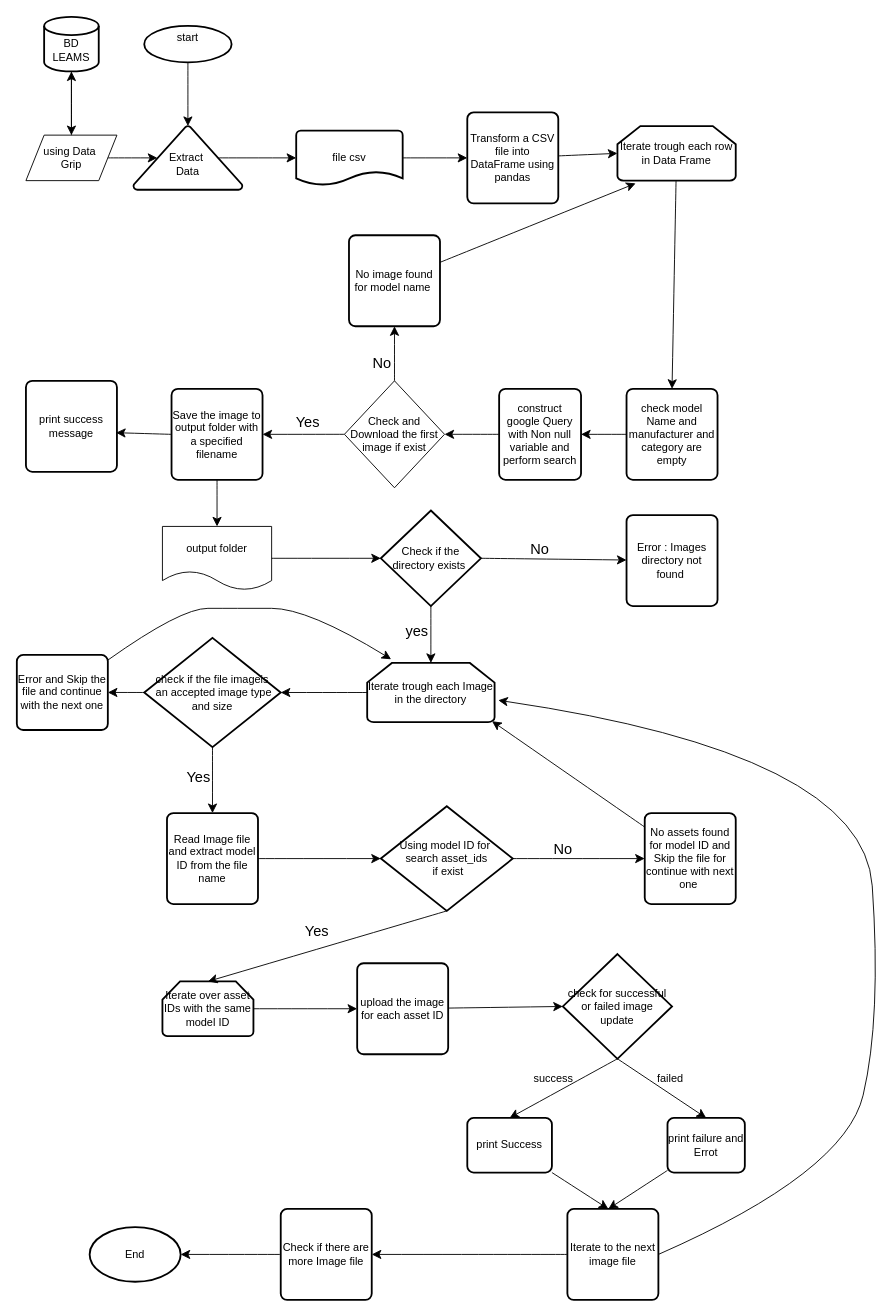
Before: Diagramme sans nom.drawio in Ouazraouimeryem/draw.io, a draw.io diagram. Source tidied: cells renumbered, new cells numbered last; positions are measured from the earlier drawing's top-left corner, leaving out a move shared by most shapes. Both pictures are drawn from the tidied source at 91%, with x=0, y=0 at pixel (16, 16).
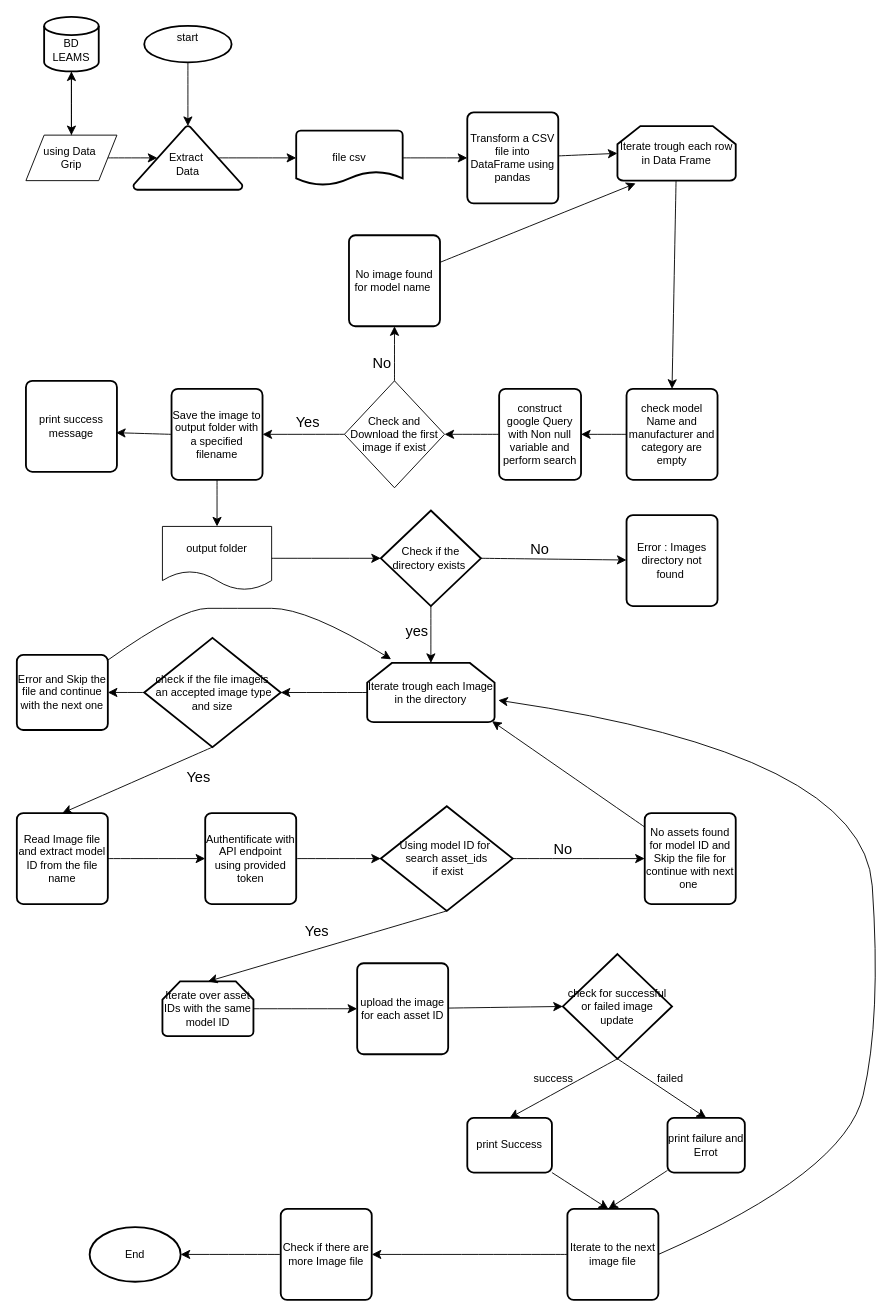
After the change.

Commit message:
Diagram images Flow Chart.drawio

Unchanged cells that the change refers to:
```xml
<mxCell id="73" value="Using model ID for&amp;nbsp;&lt;div&gt;search asset_ids&lt;/div&gt;&lt;div&gt;&amp;nbsp;if exist&lt;/div&gt;" style="strokeWidth=2;html=1;shape=mxgraph.flowchart.decision;whiteSpace=wrap;" parent="1" vertex="1">
  <mxGeometry x="400" y="867.5" width="145" height="115" as="geometry" />
</mxCell>
```

What changed in the source:
```diff
@@
-    <mxCell id="42" style="edgeStyle=none;curved=1;rounded=0;jettySize=auto;html=1;fontSize=12;startSize=8;endSize=8;entryX=0;entryY=0.5;entryDx=0;entryDy=0;entryPerimeter=0;" parent="1" edge="1" source="43" target="73">
-      <mxGeometry relative="1" as="geometry" />
-    </mxCell>
+    <mxCell id="80" style="edgeStyle=none;curved=1;rounded=0;jettySize=auto;html=1;entryX=0;entryY=0.5;entryDx=0;entryDy=0;fontSize=12;startSize=8;endSize=8;" parent="1" edge="1" source="43" target="82">
+      <mxGeometry relative="1" as="geometry" />
+    </mxCell>
     <mxCell id="43" value="Read Image file and extract model ID from the file name" style="rounded=1;whiteSpace=wrap;html=1;absoluteArcSize=1;arcSize=14;strokeWidth=2;" parent="1" vertex="1">
-      <mxGeometry x="165" y="875" width="100" height="100" as="geometry" />
+      <mxGeometry y="875" width="100" height="100" as="geometry" />
     </mxCell>
@@
+    <mxCell id="81" style="edgeStyle=none;curved=1;rounded=0;jettySize=auto;html=1;fontSize=12;startSize=8;endSize=8;" parent="1" edge="1" source="82" target="73">
+      <mxGeometry relative="1" as="geometry" />
+    </mxCell>
+    <mxCell id="82" value="Authentificate with API endpoint using provided token" style="rounded=1;whiteSpace=wrap;html=1;absoluteArcSize=1;arcSize=14;strokeWidth=2;" parent="1" vertex="1">
+      <mxGeometry x="207" y="875" width="100" height="100" as="geometry" />
+    </mxCell>
```
